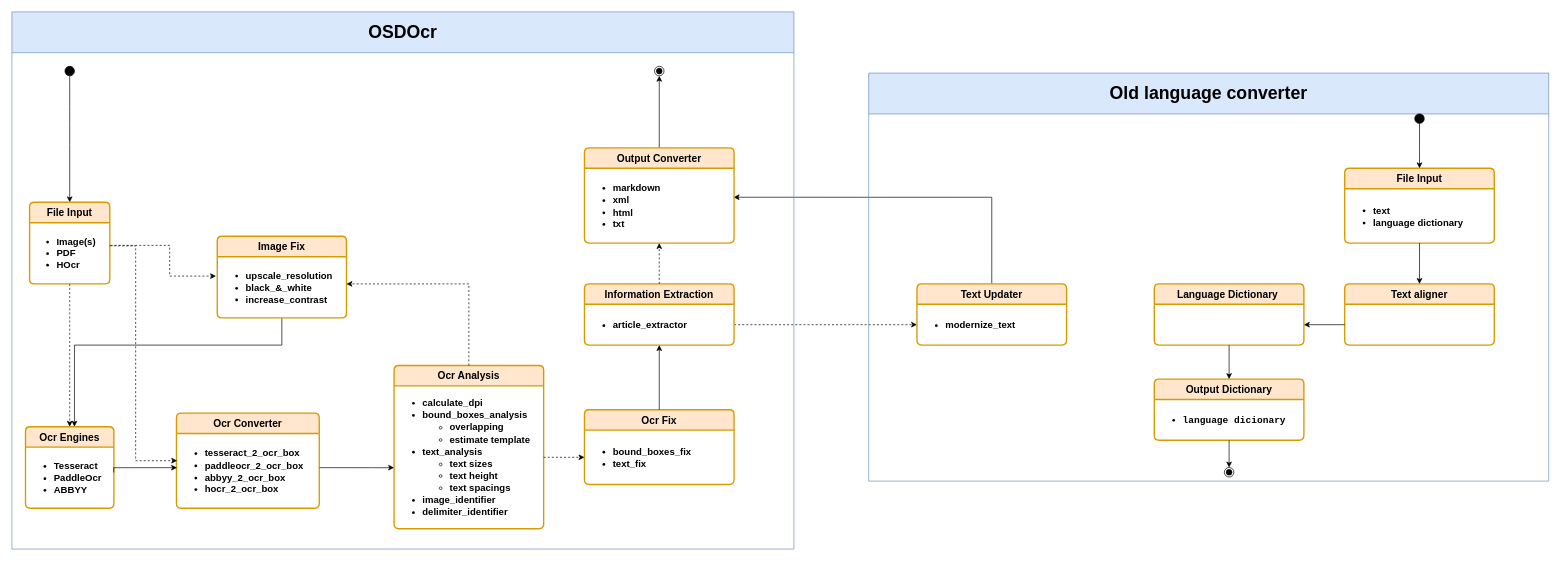
Before: docs/OSDOcr/OSDOcr_pipeline.drawio in brazafonso/OCR-old_documents, a draw.io diagram. Source tidied: cells renumbered, new cells numbered last; positions are measured from the earlier drawing's top-left corner, leaving out a move shared by most shapes. Both pictures are drawn from the tidied source at 68%, with x=0, y=0 at pixel (12, 12).
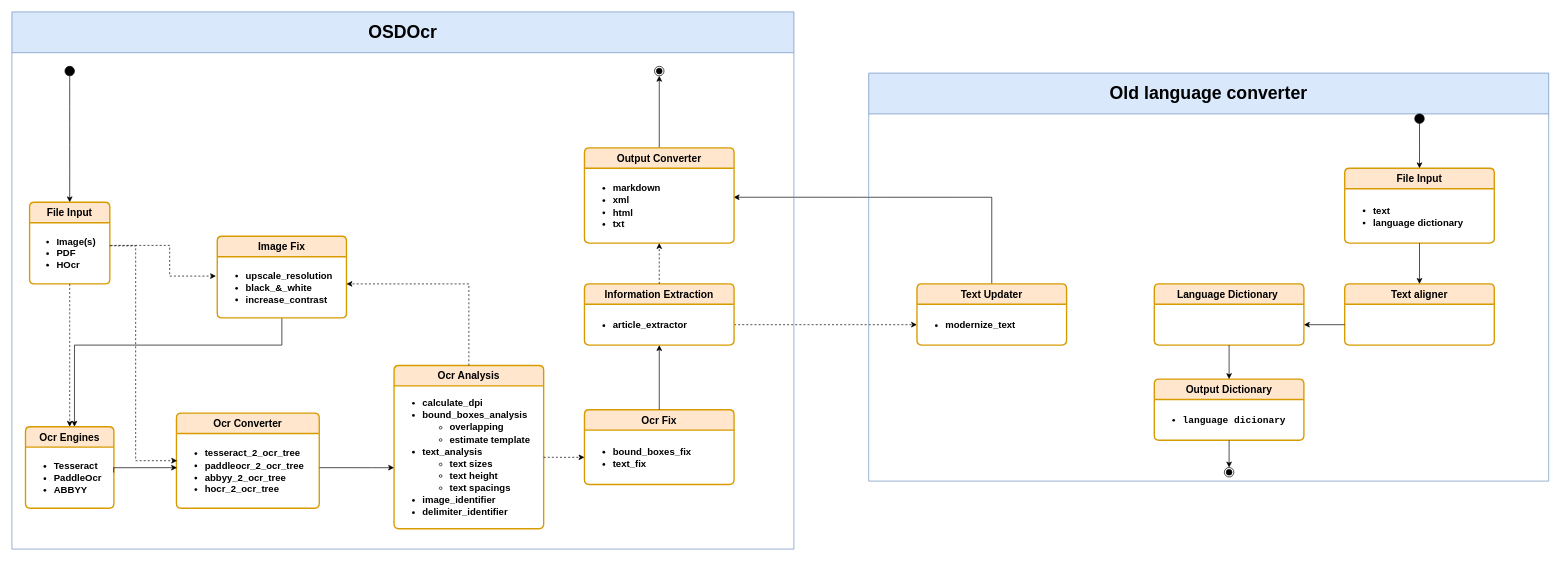
The same diagram, later.

Unchanged cells that the change refers to:
```xml
<mxCell id="13" value="&lt;b&gt;&lt;font style=&quot;font-size: 15px;&quot;&gt;Ocr Converter&lt;/font&gt;&lt;/b&gt;" style="rounded=1;absoluteArcSize=1;arcSize=14;whiteSpace=wrap;strokeWidth=2;shape=swimlane;fontStyle=0;startSize=30;horizontal=1;html=1;align=center;fillColor=#ffe6cc;strokeColor=#d79b00;" parent="4" vertex="1">
  <mxGeometry x="242" y="590" width="210" height="140" as="geometry" />
</mxCell>
```

Change to the diagram source:
```diff
@@
-    <mxCell id="14" value="&lt;div style=&quot;&quot;&gt;&lt;pre&gt;&lt;p&gt;&lt;/p&gt;&lt;p&gt;&lt;/p&gt;&lt;p&gt;&lt;/p&gt;&lt;h1&gt;&lt;/h1&gt;&lt;h3&gt;&lt;ul&gt;&lt;li&gt;&lt;font face=&quot;Helvetica&quot;&gt;tesseract_2_ocr_box&lt;/font&gt;&lt;/li&gt;&lt;li&gt;&lt;font face=&quot;Helvetica&quot;&gt;paddleocr_2_ocr_box&lt;/font&gt;&lt;/li&gt;&lt;li&gt;&lt;font face=&quot;Helvetica&quot;&gt;abbyy_2_ocr_box&lt;/font&gt;&lt;/li&gt;&lt;li&gt;&lt;font face=&quot;Helvetica&quot;&gt;hocr_2_ocr_box&lt;/font&gt;&lt;/li&gt;&lt;/ul&gt;&lt;/h3&gt;&lt;p&gt;&lt;/p&gt;&lt;p&gt;&lt;/p&gt;&lt;p&gt;&lt;/p&gt;&lt;/pre&gt;&lt;/div&gt;" style="text;html=1;align=left;verticalAlign=middle;points=[];strokeColor=none;fillColor=none;" parent="13" vertex="1">
+    <mxCell id="14" value="&lt;div style=&quot;&quot;&gt;&lt;pre&gt;&lt;p&gt;&lt;/p&gt;&lt;p&gt;&lt;/p&gt;&lt;p&gt;&lt;/p&gt;&lt;h1&gt;&lt;/h1&gt;&lt;h3&gt;&lt;ul&gt;&lt;li&gt;&lt;font face=&quot;Helvetica&quot;&gt;tesseract_2_ocr_tree&lt;/font&gt;&lt;/li&gt;&lt;li&gt;&lt;font face=&quot;Helvetica&quot;&gt;paddleocr_2_ocr_tree&lt;/font&gt;&lt;/li&gt;&lt;li&gt;&lt;font face=&quot;Helvetica&quot;&gt;abbyy_2_ocr_tree&lt;/font&gt;&lt;/li&gt;&lt;li&gt;&lt;font face=&quot;Helvetica&quot;&gt;hocr_2_ocr_tree&lt;/font&gt;&lt;/li&gt;&lt;/ul&gt;&lt;/h3&gt;&lt;p&gt;&lt;/p&gt;&lt;p&gt;&lt;/p&gt;&lt;p&gt;&lt;/p&gt;&lt;/pre&gt;&lt;/div&gt;" style="text;html=1;align=left;verticalAlign=middle;points=[];strokeColor=none;fillColor=none;" parent="13" vertex="1">
       <mxGeometry y="30" width="210" height="110" as="geometry" />
     </mxCell>
```
